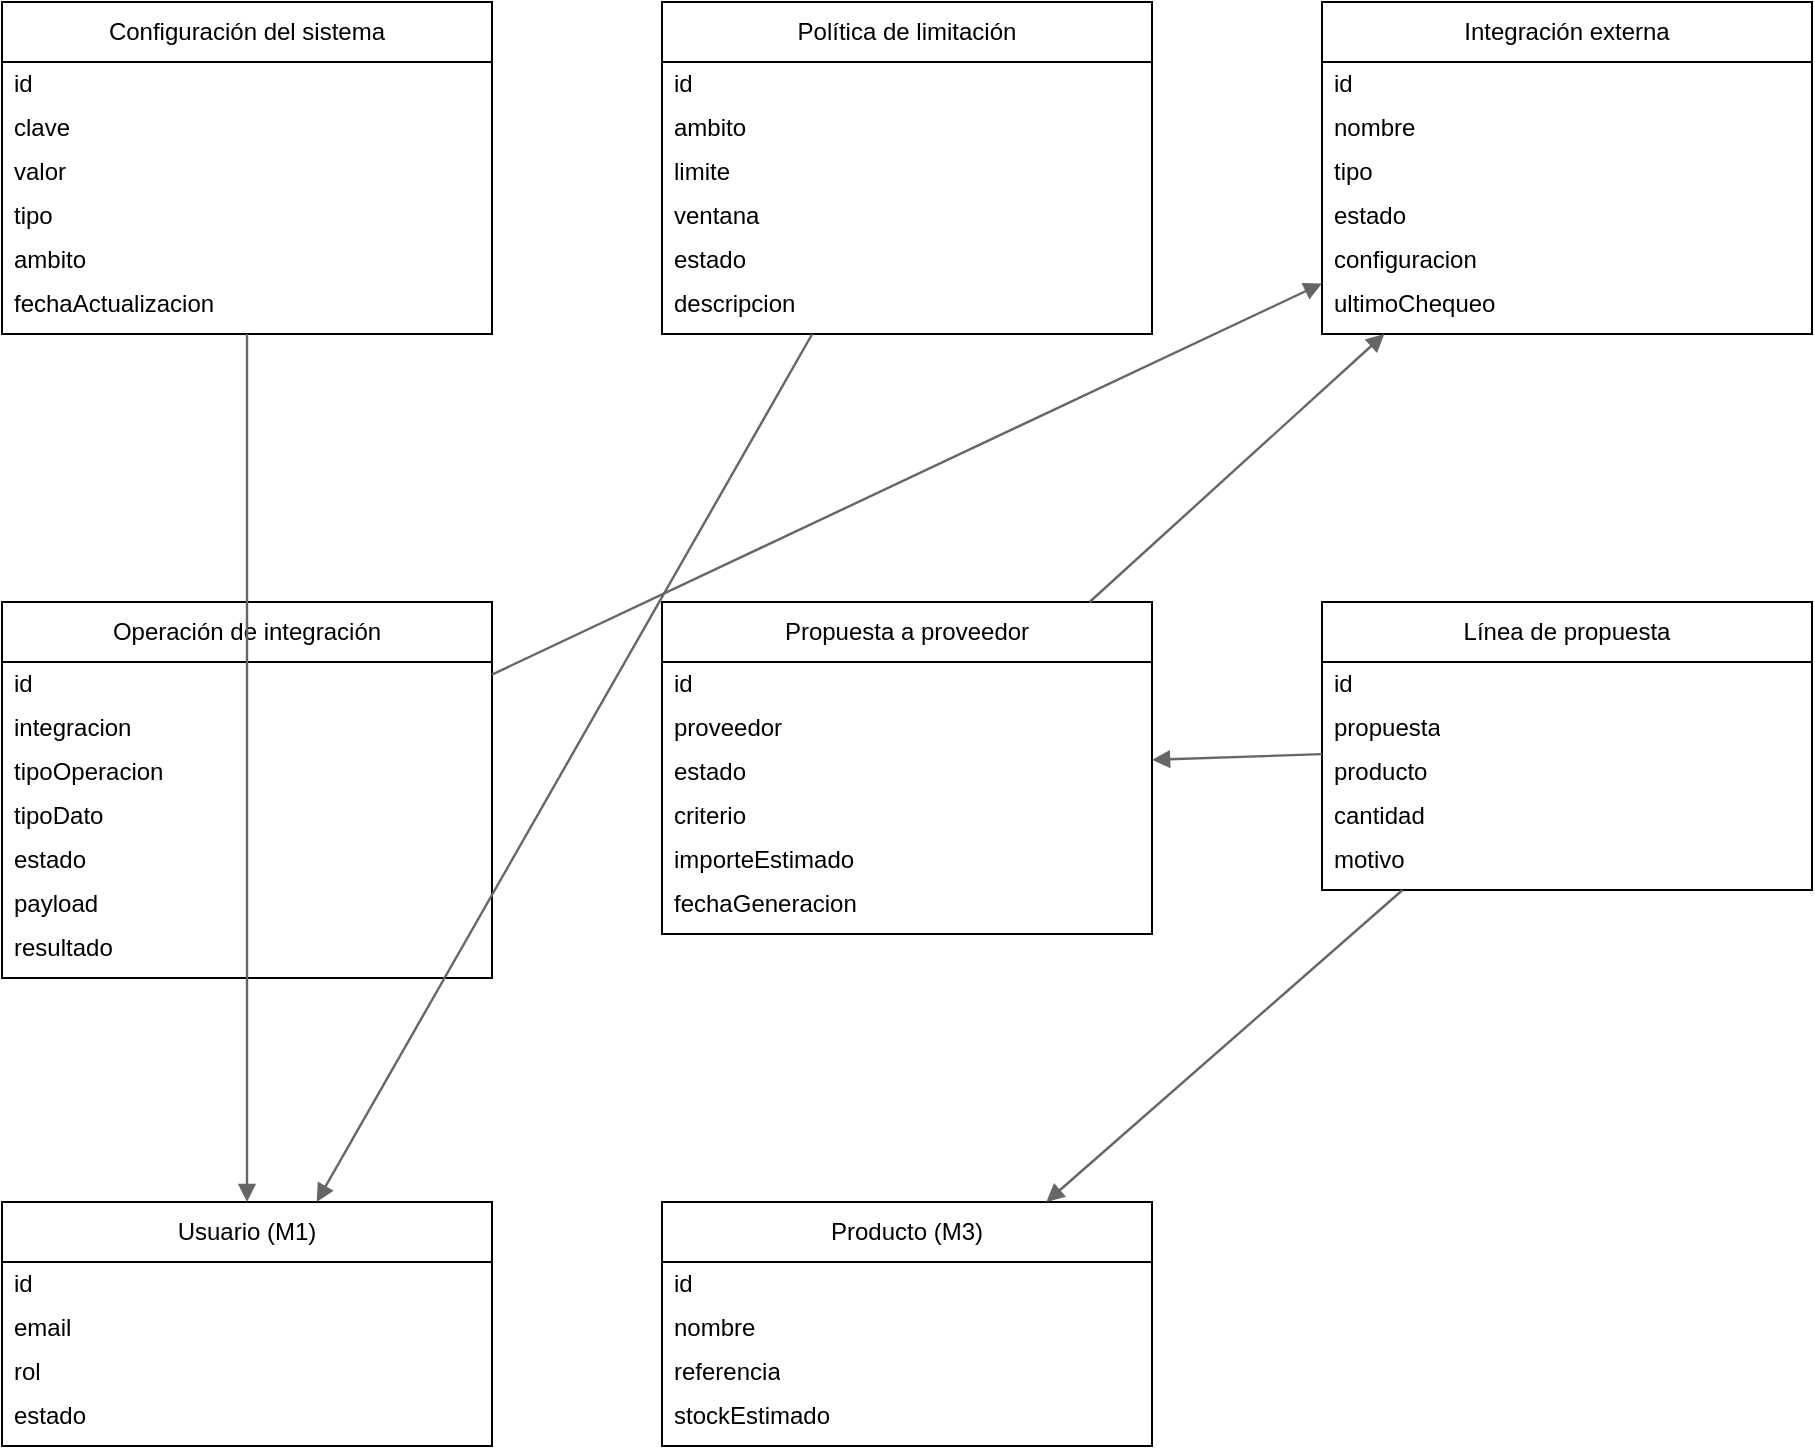
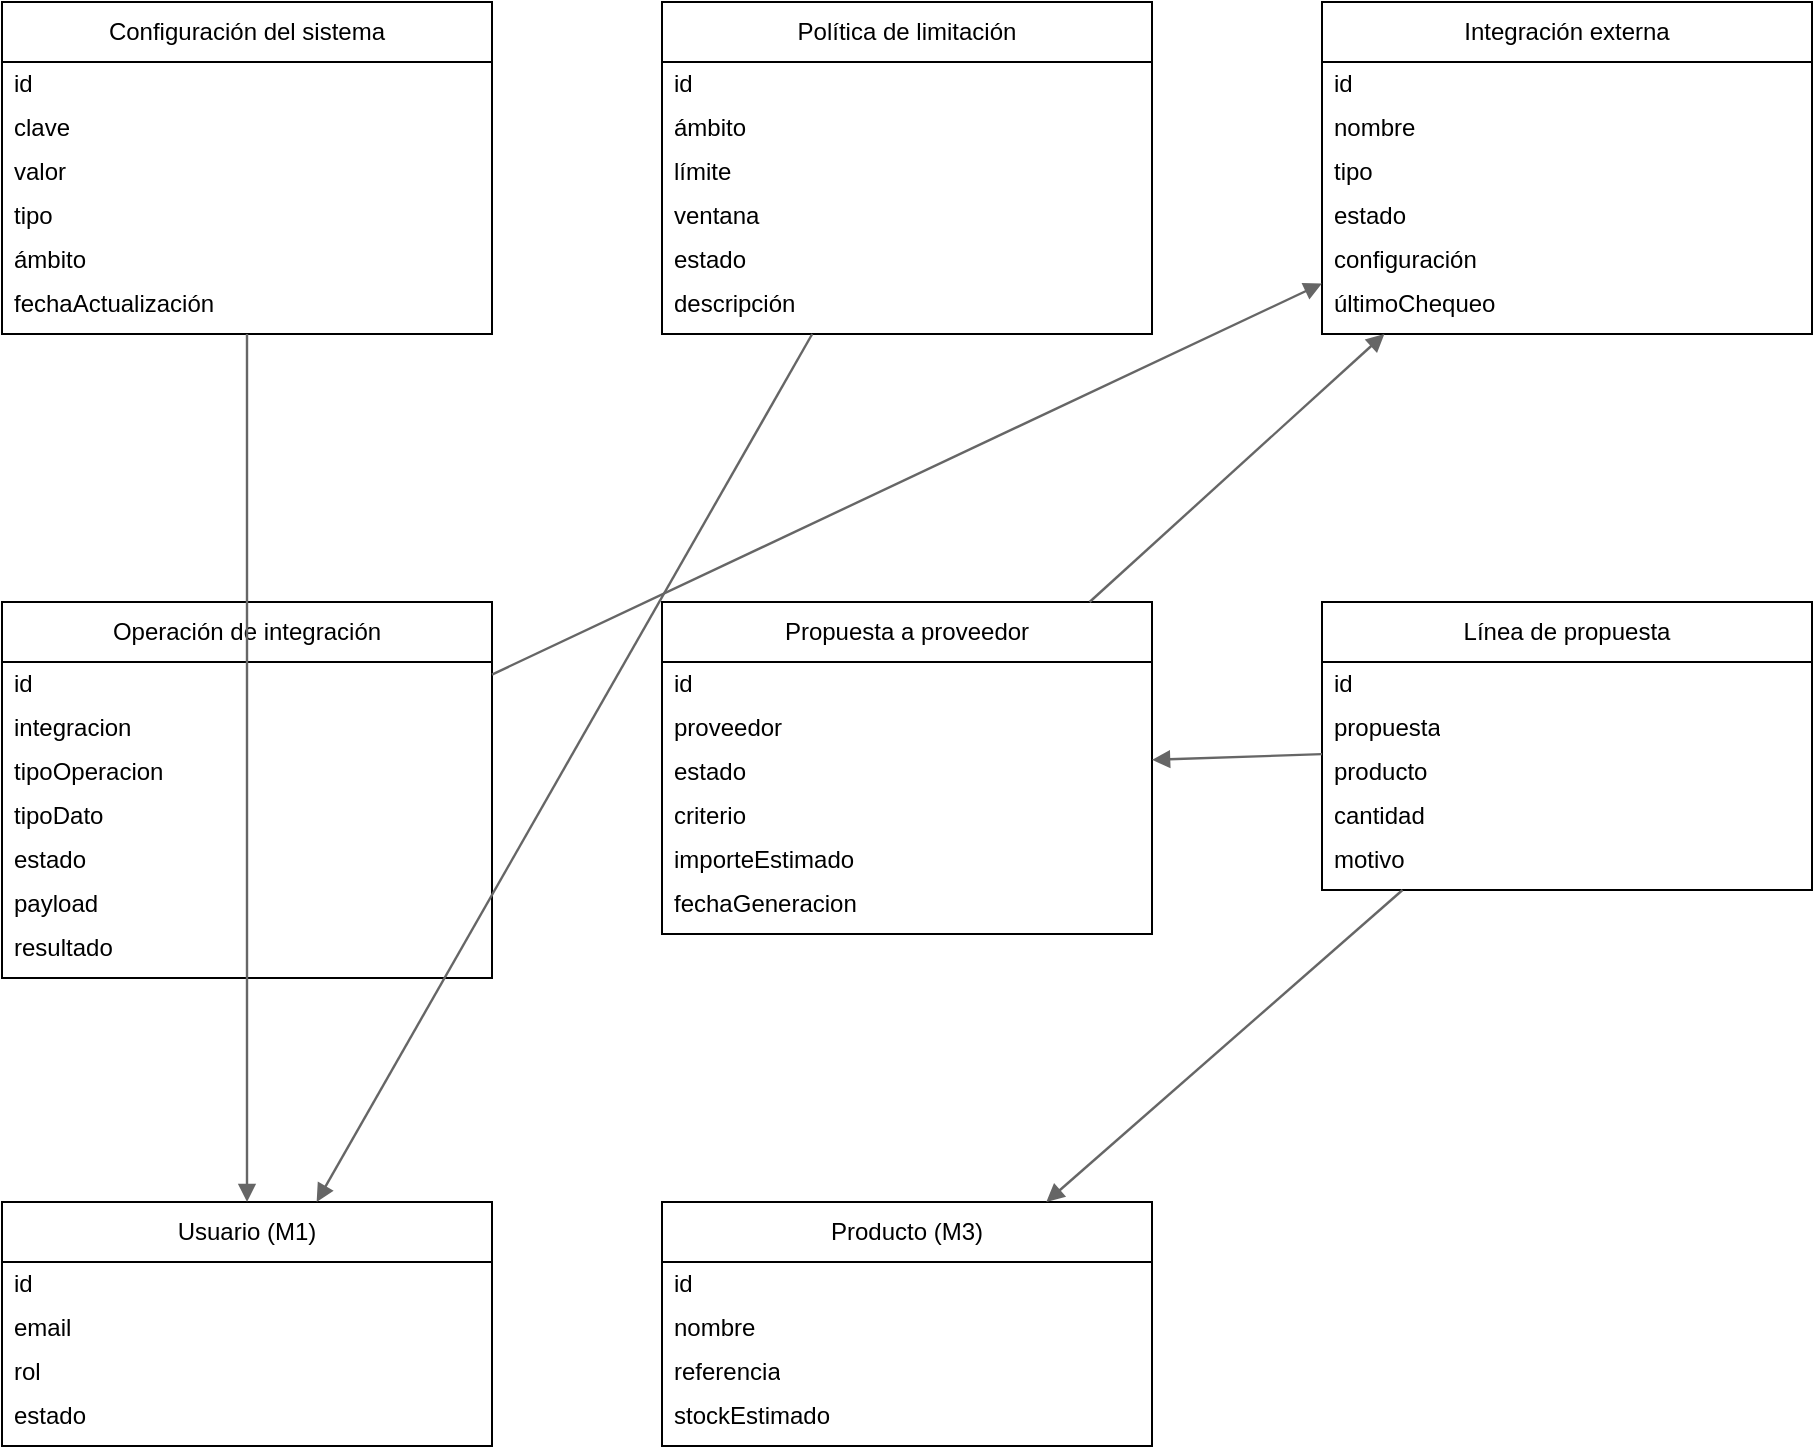
<?xml version="1.0" encoding="UTF-8"?>
<mxfile host="codex-generated">
  <diagram name="M7 - Modelo conceptual de datos" id="m7-mcd-conceptual">
    <mxGraphModel dx="1600" dy="1200" grid="1" gridSize="10" guides="1" tooltips="1" connect="1" arrows="1" fold="1" page="1" pageScale="1" pageWidth="1200" pageHeight="900" math="0" shadow="0">
      <root>
        <mxCell id="0"/>
        <mxCell id="1" parent="0"/>
        <mxCell id="entity-configuracion-del-sistema" value="Configuración del sistema" style="swimlane;fontStyle=0;childLayout=stackLayout;horizontal=1;startSize=30;horizontalStack=0;resizeParent=1;resizeParentMax=0;resizeLast=0;collapsible=1;marginBottom=0;whiteSpace=wrap;html=1;fontColor=#000000;" parent="1" vertex="1"><mxGeometry x="70" y="80" width="245" height="166" as="geometry"/></mxCell>
        <mxCell id="entity-configuracion-del-sistema-a0" value="id" style="text;strokeColor=none;fillColor=none;align=left;verticalAlign=middle;spacingLeft=4;spacingRight=4;overflow=hidden;points=[[0,0.5],[1,0.5]];portConstraint=eastwest;rotatable=0;whiteSpace=wrap;html=1;fontColor=#000000;" parent="entity-configuracion-del-sistema" vertex="1"><mxGeometry y="30" width="245" height="22" as="geometry"/></mxCell>
        <mxCell id="entity-configuracion-del-sistema-a1" value="clave" style="text;strokeColor=none;fillColor=none;align=left;verticalAlign=middle;spacingLeft=4;spacingRight=4;overflow=hidden;points=[[0,0.5],[1,0.5]];portConstraint=eastwest;rotatable=0;whiteSpace=wrap;html=1;fontColor=#000000;" parent="entity-configuracion-del-sistema" vertex="1"><mxGeometry y="52" width="245" height="22" as="geometry"/></mxCell>
        <mxCell id="entity-configuracion-del-sistema-a2" value="valor" style="text;strokeColor=none;fillColor=none;align=left;verticalAlign=middle;spacingLeft=4;spacingRight=4;overflow=hidden;points=[[0,0.5],[1,0.5]];portConstraint=eastwest;rotatable=0;whiteSpace=wrap;html=1;fontColor=#000000;" parent="entity-configuracion-del-sistema" vertex="1"><mxGeometry y="74" width="245" height="22" as="geometry"/></mxCell>
        <mxCell id="entity-configuracion-del-sistema-a3" value="tipo" style="text;strokeColor=none;fillColor=none;align=left;verticalAlign=middle;spacingLeft=4;spacingRight=4;overflow=hidden;points=[[0,0.5],[1,0.5]];portConstraint=eastwest;rotatable=0;whiteSpace=wrap;html=1;fontColor=#000000;" parent="entity-configuracion-del-sistema" vertex="1"><mxGeometry y="96" width="245" height="22" as="geometry"/></mxCell>
-         <mxCell id="entity-configuracion-del-sistema-a4" value="ambito" style="text;strokeColor=none;fillColor=none;align=left;verticalAlign=middle;spacingLeft=4;spacingRight=4;overflow=hidden;points=[[0,0.5],[1,0.5]];portConstraint=eastwest;rotatable=0;whiteSpace=wrap;html=1;fontColor=#000000;" parent="entity-configuracion-del-sistema" vertex="1"><mxGeometry y="118" width="245" height="22" as="geometry"/></mxCell>
-         <mxCell id="entity-configuracion-del-sistema-a5" value="fechaActualizacion" style="text;strokeColor=none;fillColor=none;align=left;verticalAlign=middle;spacingLeft=4;spacingRight=4;overflow=hidden;points=[[0,0.5],[1,0.5]];portConstraint=eastwest;rotatable=0;whiteSpace=wrap;html=1;fontColor=#000000;" parent="entity-configuracion-del-sistema" vertex="1"><mxGeometry y="140" width="245" height="22" as="geometry"/></mxCell>
+         <mxCell id="entity-configuracion-del-sistema-a4" value="ámbito" style="text;strokeColor=none;fillColor=none;align=left;verticalAlign=middle;spacingLeft=4;spacingRight=4;overflow=hidden;points=[[0,0.5],[1,0.5]];portConstraint=eastwest;rotatable=0;whiteSpace=wrap;html=1;fontColor=#000000;" parent="entity-configuracion-del-sistema" vertex="1"><mxGeometry y="118" width="245" height="22" as="geometry"/></mxCell>
+         <mxCell id="entity-configuracion-del-sistema-a5" value="fechaActualización" style="text;strokeColor=none;fillColor=none;align=left;verticalAlign=middle;spacingLeft=4;spacingRight=4;overflow=hidden;points=[[0,0.5],[1,0.5]];portConstraint=eastwest;rotatable=0;whiteSpace=wrap;html=1;fontColor=#000000;" parent="entity-configuracion-del-sistema" vertex="1"><mxGeometry y="140" width="245" height="22" as="geometry"/></mxCell>
        <mxCell id="entity-politica-de-limitacion" value="Política de limitación" style="swimlane;fontStyle=0;childLayout=stackLayout;horizontal=1;startSize=30;horizontalStack=0;resizeParent=1;resizeParentMax=0;resizeLast=0;collapsible=1;marginBottom=0;whiteSpace=wrap;html=1;fontColor=#000000;" parent="1" vertex="1"><mxGeometry x="400" y="80" width="245" height="166" as="geometry"/></mxCell>
        <mxCell id="entity-politica-de-limitacion-a0" value="id" style="text;strokeColor=none;fillColor=none;align=left;verticalAlign=middle;spacingLeft=4;spacingRight=4;overflow=hidden;points=[[0,0.5],[1,0.5]];portConstraint=eastwest;rotatable=0;whiteSpace=wrap;html=1;fontColor=#000000;" parent="entity-politica-de-limitacion" vertex="1"><mxGeometry y="30" width="245" height="22" as="geometry"/></mxCell>
-         <mxCell id="entity-politica-de-limitacion-a1" value="ambito" style="text;strokeColor=none;fillColor=none;align=left;verticalAlign=middle;spacingLeft=4;spacingRight=4;overflow=hidden;points=[[0,0.5],[1,0.5]];portConstraint=eastwest;rotatable=0;whiteSpace=wrap;html=1;fontColor=#000000;" parent="entity-politica-de-limitacion" vertex="1"><mxGeometry y="52" width="245" height="22" as="geometry"/></mxCell>
-         <mxCell id="entity-politica-de-limitacion-a2" value="limite" style="text;strokeColor=none;fillColor=none;align=left;verticalAlign=middle;spacingLeft=4;spacingRight=4;overflow=hidden;points=[[0,0.5],[1,0.5]];portConstraint=eastwest;rotatable=0;whiteSpace=wrap;html=1;fontColor=#000000;" parent="entity-politica-de-limitacion" vertex="1"><mxGeometry y="74" width="245" height="22" as="geometry"/></mxCell>
+         <mxCell id="entity-politica-de-limitacion-a1" value="ámbito" style="text;strokeColor=none;fillColor=none;align=left;verticalAlign=middle;spacingLeft=4;spacingRight=4;overflow=hidden;points=[[0,0.5],[1,0.5]];portConstraint=eastwest;rotatable=0;whiteSpace=wrap;html=1;fontColor=#000000;" parent="entity-politica-de-limitacion" vertex="1"><mxGeometry y="52" width="245" height="22" as="geometry"/></mxCell>
+         <mxCell id="entity-politica-de-limitacion-a2" value="límite" style="text;strokeColor=none;fillColor=none;align=left;verticalAlign=middle;spacingLeft=4;spacingRight=4;overflow=hidden;points=[[0,0.5],[1,0.5]];portConstraint=eastwest;rotatable=0;whiteSpace=wrap;html=1;fontColor=#000000;" parent="entity-politica-de-limitacion" vertex="1"><mxGeometry y="74" width="245" height="22" as="geometry"/></mxCell>
        <mxCell id="entity-politica-de-limitacion-a3" value="ventana" style="text;strokeColor=none;fillColor=none;align=left;verticalAlign=middle;spacingLeft=4;spacingRight=4;overflow=hidden;points=[[0,0.5],[1,0.5]];portConstraint=eastwest;rotatable=0;whiteSpace=wrap;html=1;fontColor=#000000;" parent="entity-politica-de-limitacion" vertex="1"><mxGeometry y="96" width="245" height="22" as="geometry"/></mxCell>
        <mxCell id="entity-politica-de-limitacion-a4" value="estado" style="text;strokeColor=none;fillColor=none;align=left;verticalAlign=middle;spacingLeft=4;spacingRight=4;overflow=hidden;points=[[0,0.5],[1,0.5]];portConstraint=eastwest;rotatable=0;whiteSpace=wrap;html=1;fontColor=#000000;" parent="entity-politica-de-limitacion" vertex="1"><mxGeometry y="118" width="245" height="22" as="geometry"/></mxCell>
-         <mxCell id="entity-politica-de-limitacion-a5" value="descripcion" style="text;strokeColor=none;fillColor=none;align=left;verticalAlign=middle;spacingLeft=4;spacingRight=4;overflow=hidden;points=[[0,0.5],[1,0.5]];portConstraint=eastwest;rotatable=0;whiteSpace=wrap;html=1;fontColor=#000000;" parent="entity-politica-de-limitacion" vertex="1"><mxGeometry y="140" width="245" height="22" as="geometry"/></mxCell>
+         <mxCell id="entity-politica-de-limitacion-a5" value="descripción" style="text;strokeColor=none;fillColor=none;align=left;verticalAlign=middle;spacingLeft=4;spacingRight=4;overflow=hidden;points=[[0,0.5],[1,0.5]];portConstraint=eastwest;rotatable=0;whiteSpace=wrap;html=1;fontColor=#000000;" parent="entity-politica-de-limitacion" vertex="1"><mxGeometry y="140" width="245" height="22" as="geometry"/></mxCell>
        <mxCell id="entity-integracion-externa" value="Integración externa" style="swimlane;fontStyle=0;childLayout=stackLayout;horizontal=1;startSize=30;horizontalStack=0;resizeParent=1;resizeParentMax=0;resizeLast=0;collapsible=1;marginBottom=0;whiteSpace=wrap;html=1;fontColor=#000000;" parent="1" vertex="1"><mxGeometry x="730" y="80" width="245" height="166" as="geometry"/></mxCell>
        <mxCell id="entity-integracion-externa-a0" value="id" style="text;strokeColor=none;fillColor=none;align=left;verticalAlign=middle;spacingLeft=4;spacingRight=4;overflow=hidden;points=[[0,0.5],[1,0.5]];portConstraint=eastwest;rotatable=0;whiteSpace=wrap;html=1;fontColor=#000000;" parent="entity-integracion-externa" vertex="1"><mxGeometry y="30" width="245" height="22" as="geometry"/></mxCell>
        <mxCell id="entity-integracion-externa-a1" value="nombre" style="text;strokeColor=none;fillColor=none;align=left;verticalAlign=middle;spacingLeft=4;spacingRight=4;overflow=hidden;points=[[0,0.5],[1,0.5]];portConstraint=eastwest;rotatable=0;whiteSpace=wrap;html=1;fontColor=#000000;" parent="entity-integracion-externa" vertex="1"><mxGeometry y="52" width="245" height="22" as="geometry"/></mxCell>
        <mxCell id="entity-integracion-externa-a2" value="tipo" style="text;strokeColor=none;fillColor=none;align=left;verticalAlign=middle;spacingLeft=4;spacingRight=4;overflow=hidden;points=[[0,0.5],[1,0.5]];portConstraint=eastwest;rotatable=0;whiteSpace=wrap;html=1;fontColor=#000000;" parent="entity-integracion-externa" vertex="1"><mxGeometry y="74" width="245" height="22" as="geometry"/></mxCell>
        <mxCell id="entity-integracion-externa-a3" value="estado" style="text;strokeColor=none;fillColor=none;align=left;verticalAlign=middle;spacingLeft=4;spacingRight=4;overflow=hidden;points=[[0,0.5],[1,0.5]];portConstraint=eastwest;rotatable=0;whiteSpace=wrap;html=1;fontColor=#000000;" parent="entity-integracion-externa" vertex="1"><mxGeometry y="96" width="245" height="22" as="geometry"/></mxCell>
-         <mxCell id="entity-integracion-externa-a4" value="configuracion" style="text;strokeColor=none;fillColor=none;align=left;verticalAlign=middle;spacingLeft=4;spacingRight=4;overflow=hidden;points=[[0,0.5],[1,0.5]];portConstraint=eastwest;rotatable=0;whiteSpace=wrap;html=1;fontColor=#000000;" parent="entity-integracion-externa" vertex="1"><mxGeometry y="118" width="245" height="22" as="geometry"/></mxCell>
-         <mxCell id="entity-integracion-externa-a5" value="ultimoChequeo" style="text;strokeColor=none;fillColor=none;align=left;verticalAlign=middle;spacingLeft=4;spacingRight=4;overflow=hidden;points=[[0,0.5],[1,0.5]];portConstraint=eastwest;rotatable=0;whiteSpace=wrap;html=1;fontColor=#000000;" parent="entity-integracion-externa" vertex="1"><mxGeometry y="140" width="245" height="22" as="geometry"/></mxCell>
+         <mxCell id="entity-integracion-externa-a4" value="configuración" style="text;strokeColor=none;fillColor=none;align=left;verticalAlign=middle;spacingLeft=4;spacingRight=4;overflow=hidden;points=[[0,0.5],[1,0.5]];portConstraint=eastwest;rotatable=0;whiteSpace=wrap;html=1;fontColor=#000000;" parent="entity-integracion-externa" vertex="1"><mxGeometry y="118" width="245" height="22" as="geometry"/></mxCell>
+         <mxCell id="entity-integracion-externa-a5" value="últimoChequeo" style="text;strokeColor=none;fillColor=none;align=left;verticalAlign=middle;spacingLeft=4;spacingRight=4;overflow=hidden;points=[[0,0.5],[1,0.5]];portConstraint=eastwest;rotatable=0;whiteSpace=wrap;html=1;fontColor=#000000;" parent="entity-integracion-externa" vertex="1"><mxGeometry y="140" width="245" height="22" as="geometry"/></mxCell>
        <mxCell id="entity-operacion-de-integracion" value="Operación de integración" style="swimlane;fontStyle=0;childLayout=stackLayout;horizontal=1;startSize=30;horizontalStack=0;resizeParent=1;resizeParentMax=0;resizeLast=0;collapsible=1;marginBottom=0;whiteSpace=wrap;html=1;fontColor=#000000;" parent="1" vertex="1"><mxGeometry x="70" y="380" width="245" height="188" as="geometry"/></mxCell>
        <mxCell id="entity-operacion-de-integracion-a0" value="id" style="text;strokeColor=none;fillColor=none;align=left;verticalAlign=middle;spacingLeft=4;spacingRight=4;overflow=hidden;points=[[0,0.5],[1,0.5]];portConstraint=eastwest;rotatable=0;whiteSpace=wrap;html=1;fontColor=#000000;" parent="entity-operacion-de-integracion" vertex="1"><mxGeometry y="30" width="245" height="22" as="geometry"/></mxCell>
        <mxCell id="entity-operacion-de-integracion-a1" value="integracion" style="text;strokeColor=none;fillColor=none;align=left;verticalAlign=middle;spacingLeft=4;spacingRight=4;overflow=hidden;points=[[0,0.5],[1,0.5]];portConstraint=eastwest;rotatable=0;whiteSpace=wrap;html=1;fontColor=#000000;" parent="entity-operacion-de-integracion" vertex="1"><mxGeometry y="52" width="245" height="22" as="geometry"/></mxCell>
        <mxCell id="entity-operacion-de-integracion-a2" value="tipoOperacion" style="text;strokeColor=none;fillColor=none;align=left;verticalAlign=middle;spacingLeft=4;spacingRight=4;overflow=hidden;points=[[0,0.5],[1,0.5]];portConstraint=eastwest;rotatable=0;whiteSpace=wrap;html=1;fontColor=#000000;" parent="entity-operacion-de-integracion" vertex="1"><mxGeometry y="74" width="245" height="22" as="geometry"/></mxCell>
        <mxCell id="entity-operacion-de-integracion-a3" value="tipoDato" style="text;strokeColor=none;fillColor=none;align=left;verticalAlign=middle;spacingLeft=4;spacingRight=4;overflow=hidden;points=[[0,0.5],[1,0.5]];portConstraint=eastwest;rotatable=0;whiteSpace=wrap;html=1;fontColor=#000000;" parent="entity-operacion-de-integracion" vertex="1"><mxGeometry y="96" width="245" height="22" as="geometry"/></mxCell>
        <mxCell id="entity-operacion-de-integracion-a4" value="estado" style="text;strokeColor=none;fillColor=none;align=left;verticalAlign=middle;spacingLeft=4;spacingRight=4;overflow=hidden;points=[[0,0.5],[1,0.5]];portConstraint=eastwest;rotatable=0;whiteSpace=wrap;html=1;fontColor=#000000;" parent="entity-operacion-de-integracion" vertex="1"><mxGeometry y="118" width="245" height="22" as="geometry"/></mxCell>
        <mxCell id="entity-operacion-de-integracion-a5" value="payload" style="text;strokeColor=none;fillColor=none;align=left;verticalAlign=middle;spacingLeft=4;spacingRight=4;overflow=hidden;points=[[0,0.5],[1,0.5]];portConstraint=eastwest;rotatable=0;whiteSpace=wrap;html=1;fontColor=#000000;" parent="entity-operacion-de-integracion" vertex="1"><mxGeometry y="140" width="245" height="22" as="geometry"/></mxCell>
        <mxCell id="entity-operacion-de-integracion-a6" value="resultado" style="text;strokeColor=none;fillColor=none;align=left;verticalAlign=middle;spacingLeft=4;spacingRight=4;overflow=hidden;points=[[0,0.5],[1,0.5]];portConstraint=eastwest;rotatable=0;whiteSpace=wrap;html=1;fontColor=#000000;" parent="entity-operacion-de-integracion" vertex="1"><mxGeometry y="162" width="245" height="22" as="geometry"/></mxCell>
        <mxCell id="entity-propuesta-a-proveedor" value="Propuesta a proveedor" style="swimlane;fontStyle=0;childLayout=stackLayout;horizontal=1;startSize=30;horizontalStack=0;resizeParent=1;resizeParentMax=0;resizeLast=0;collapsible=1;marginBottom=0;whiteSpace=wrap;html=1;fontColor=#000000;" parent="1" vertex="1"><mxGeometry x="400" y="380" width="245" height="166" as="geometry"/></mxCell>
        <mxCell id="entity-propuesta-a-proveedor-a0" value="id" style="text;strokeColor=none;fillColor=none;align=left;verticalAlign=middle;spacingLeft=4;spacingRight=4;overflow=hidden;points=[[0,0.5],[1,0.5]];portConstraint=eastwest;rotatable=0;whiteSpace=wrap;html=1;fontColor=#000000;" parent="entity-propuesta-a-proveedor" vertex="1"><mxGeometry y="30" width="245" height="22" as="geometry"/></mxCell>
        <mxCell id="entity-propuesta-a-proveedor-a1" value="proveedor" style="text;strokeColor=none;fillColor=none;align=left;verticalAlign=middle;spacingLeft=4;spacingRight=4;overflow=hidden;points=[[0,0.5],[1,0.5]];portConstraint=eastwest;rotatable=0;whiteSpace=wrap;html=1;fontColor=#000000;" parent="entity-propuesta-a-proveedor" vertex="1"><mxGeometry y="52" width="245" height="22" as="geometry"/></mxCell>
        <mxCell id="entity-propuesta-a-proveedor-a2" value="estado" style="text;strokeColor=none;fillColor=none;align=left;verticalAlign=middle;spacingLeft=4;spacingRight=4;overflow=hidden;points=[[0,0.5],[1,0.5]];portConstraint=eastwest;rotatable=0;whiteSpace=wrap;html=1;fontColor=#000000;" parent="entity-propuesta-a-proveedor" vertex="1"><mxGeometry y="74" width="245" height="22" as="geometry"/></mxCell>
        <mxCell id="entity-propuesta-a-proveedor-a3" value="criterio" style="text;strokeColor=none;fillColor=none;align=left;verticalAlign=middle;spacingLeft=4;spacingRight=4;overflow=hidden;points=[[0,0.5],[1,0.5]];portConstraint=eastwest;rotatable=0;whiteSpace=wrap;html=1;fontColor=#000000;" parent="entity-propuesta-a-proveedor" vertex="1"><mxGeometry y="96" width="245" height="22" as="geometry"/></mxCell>
        <mxCell id="entity-propuesta-a-proveedor-a4" value="importeEstimado" style="text;strokeColor=none;fillColor=none;align=left;verticalAlign=middle;spacingLeft=4;spacingRight=4;overflow=hidden;points=[[0,0.5],[1,0.5]];portConstraint=eastwest;rotatable=0;whiteSpace=wrap;html=1;fontColor=#000000;" parent="entity-propuesta-a-proveedor" vertex="1"><mxGeometry y="118" width="245" height="22" as="geometry"/></mxCell>
        <mxCell id="entity-propuesta-a-proveedor-a5" value="fechaGeneracion" style="text;strokeColor=none;fillColor=none;align=left;verticalAlign=middle;spacingLeft=4;spacingRight=4;overflow=hidden;points=[[0,0.5],[1,0.5]];portConstraint=eastwest;rotatable=0;whiteSpace=wrap;html=1;fontColor=#000000;" parent="entity-propuesta-a-proveedor" vertex="1"><mxGeometry y="140" width="245" height="22" as="geometry"/></mxCell>
        <mxCell id="entity-linea-de-propuesta" value="Línea de propuesta" style="swimlane;fontStyle=0;childLayout=stackLayout;horizontal=1;startSize=30;horizontalStack=0;resizeParent=1;resizeParentMax=0;resizeLast=0;collapsible=1;marginBottom=0;whiteSpace=wrap;html=1;fontColor=#000000;" parent="1" vertex="1"><mxGeometry x="730" y="380" width="245" height="144" as="geometry"/></mxCell>
        <mxCell id="entity-linea-de-propuesta-a0" value="id" style="text;strokeColor=none;fillColor=none;align=left;verticalAlign=middle;spacingLeft=4;spacingRight=4;overflow=hidden;points=[[0,0.5],[1,0.5]];portConstraint=eastwest;rotatable=0;whiteSpace=wrap;html=1;fontColor=#000000;" parent="entity-linea-de-propuesta" vertex="1"><mxGeometry y="30" width="245" height="22" as="geometry"/></mxCell>
        <mxCell id="entity-linea-de-propuesta-a1" value="propuesta" style="text;strokeColor=none;fillColor=none;align=left;verticalAlign=middle;spacingLeft=4;spacingRight=4;overflow=hidden;points=[[0,0.5],[1,0.5]];portConstraint=eastwest;rotatable=0;whiteSpace=wrap;html=1;fontColor=#000000;" parent="entity-linea-de-propuesta" vertex="1"><mxGeometry y="52" width="245" height="22" as="geometry"/></mxCell>
        <mxCell id="entity-linea-de-propuesta-a2" value="producto" style="text;strokeColor=none;fillColor=none;align=left;verticalAlign=middle;spacingLeft=4;spacingRight=4;overflow=hidden;points=[[0,0.5],[1,0.5]];portConstraint=eastwest;rotatable=0;whiteSpace=wrap;html=1;fontColor=#000000;" parent="entity-linea-de-propuesta" vertex="1"><mxGeometry y="74" width="245" height="22" as="geometry"/></mxCell>
        <mxCell id="entity-linea-de-propuesta-a3" value="cantidad" style="text;strokeColor=none;fillColor=none;align=left;verticalAlign=middle;spacingLeft=4;spacingRight=4;overflow=hidden;points=[[0,0.5],[1,0.5]];portConstraint=eastwest;rotatable=0;whiteSpace=wrap;html=1;fontColor=#000000;" parent="entity-linea-de-propuesta" vertex="1"><mxGeometry y="96" width="245" height="22" as="geometry"/></mxCell>
        <mxCell id="entity-linea-de-propuesta-a4" value="motivo" style="text;strokeColor=none;fillColor=none;align=left;verticalAlign=middle;spacingLeft=4;spacingRight=4;overflow=hidden;points=[[0,0.5],[1,0.5]];portConstraint=eastwest;rotatable=0;whiteSpace=wrap;html=1;fontColor=#000000;" parent="entity-linea-de-propuesta" vertex="1"><mxGeometry y="118" width="245" height="22" as="geometry"/></mxCell>
        <mxCell id="entity-usuario-m1" value="Usuario (M1)" style="swimlane;fontStyle=0;childLayout=stackLayout;horizontal=1;startSize=30;horizontalStack=0;resizeParent=1;resizeParentMax=0;resizeLast=0;collapsible=1;marginBottom=0;whiteSpace=wrap;html=1;fontColor=#000000;" parent="1" vertex="1"><mxGeometry x="70" y="680" width="245" height="122" as="geometry"/></mxCell>
        <mxCell id="entity-usuario-m1-a0" value="id" style="text;strokeColor=none;fillColor=none;align=left;verticalAlign=middle;spacingLeft=4;spacingRight=4;overflow=hidden;points=[[0,0.5],[1,0.5]];portConstraint=eastwest;rotatable=0;whiteSpace=wrap;html=1;fontColor=#000000;" parent="entity-usuario-m1" vertex="1"><mxGeometry y="30" width="245" height="22" as="geometry"/></mxCell>
        <mxCell id="entity-usuario-m1-a1" value="email" style="text;strokeColor=none;fillColor=none;align=left;verticalAlign=middle;spacingLeft=4;spacingRight=4;overflow=hidden;points=[[0,0.5],[1,0.5]];portConstraint=eastwest;rotatable=0;whiteSpace=wrap;html=1;fontColor=#000000;" parent="entity-usuario-m1" vertex="1"><mxGeometry y="52" width="245" height="22" as="geometry"/></mxCell>
        <mxCell id="entity-usuario-m1-a2" value="rol" style="text;strokeColor=none;fillColor=none;align=left;verticalAlign=middle;spacingLeft=4;spacingRight=4;overflow=hidden;points=[[0,0.5],[1,0.5]];portConstraint=eastwest;rotatable=0;whiteSpace=wrap;html=1;fontColor=#000000;" parent="entity-usuario-m1" vertex="1"><mxGeometry y="74" width="245" height="22" as="geometry"/></mxCell>
        <mxCell id="entity-usuario-m1-a3" value="estado" style="text;strokeColor=none;fillColor=none;align=left;verticalAlign=middle;spacingLeft=4;spacingRight=4;overflow=hidden;points=[[0,0.5],[1,0.5]];portConstraint=eastwest;rotatable=0;whiteSpace=wrap;html=1;fontColor=#000000;" parent="entity-usuario-m1" vertex="1"><mxGeometry y="96" width="245" height="22" as="geometry"/></mxCell>
        <mxCell id="entity-producto-m3" value="Producto (M3)" style="swimlane;fontStyle=0;childLayout=stackLayout;horizontal=1;startSize=30;horizontalStack=0;resizeParent=1;resizeParentMax=0;resizeLast=0;collapsible=1;marginBottom=0;whiteSpace=wrap;html=1;fontColor=#000000;" parent="1" vertex="1"><mxGeometry x="400" y="680" width="245" height="122" as="geometry"/></mxCell>
        <mxCell id="entity-producto-m3-a0" value="id" style="text;strokeColor=none;fillColor=none;align=left;verticalAlign=middle;spacingLeft=4;spacingRight=4;overflow=hidden;points=[[0,0.5],[1,0.5]];portConstraint=eastwest;rotatable=0;whiteSpace=wrap;html=1;fontColor=#000000;" parent="entity-producto-m3" vertex="1"><mxGeometry y="30" width="245" height="22" as="geometry"/></mxCell>
        <mxCell id="entity-producto-m3-a1" value="nombre" style="text;strokeColor=none;fillColor=none;align=left;verticalAlign=middle;spacingLeft=4;spacingRight=4;overflow=hidden;points=[[0,0.5],[1,0.5]];portConstraint=eastwest;rotatable=0;whiteSpace=wrap;html=1;fontColor=#000000;" parent="entity-producto-m3" vertex="1"><mxGeometry y="52" width="245" height="22" as="geometry"/></mxCell>
        <mxCell id="entity-producto-m3-a2" value="referencia" style="text;strokeColor=none;fillColor=none;align=left;verticalAlign=middle;spacingLeft=4;spacingRight=4;overflow=hidden;points=[[0,0.5],[1,0.5]];portConstraint=eastwest;rotatable=0;whiteSpace=wrap;html=1;fontColor=#000000;" parent="entity-producto-m3" vertex="1"><mxGeometry y="74" width="245" height="22" as="geometry"/></mxCell>
        <mxCell id="entity-producto-m3-a3" value="stockEstimado" style="text;strokeColor=none;fillColor=none;align=left;verticalAlign=middle;spacingLeft=4;spacingRight=4;overflow=hidden;points=[[0,0.5],[1,0.5]];portConstraint=eastwest;rotatable=0;whiteSpace=wrap;html=1;fontColor=#000000;" parent="entity-producto-m3" vertex="1"><mxGeometry y="96" width="245" height="22" as="geometry"/></mxCell>
        <mxCell id="rel-0" value="" style="endArrow=block;html=1;rounded=0;strokeWidth=1.2;strokeColor=#666666;" parent="1" source="entity-operacion-de-integracion" target="entity-integracion-externa" edge="1"><mxGeometry relative="1" as="geometry"/></mxCell>
        <mxCell id="rel-1" value="" style="endArrow=block;html=1;rounded=0;strokeWidth=1.2;strokeColor=#666666;" parent="1" source="entity-propuesta-a-proveedor" target="entity-integracion-externa" edge="1"><mxGeometry relative="1" as="geometry"/></mxCell>
        <mxCell id="rel-2" value="" style="endArrow=block;html=1;rounded=0;strokeWidth=1.2;strokeColor=#666666;" parent="1" source="entity-linea-de-propuesta" target="entity-propuesta-a-proveedor" edge="1"><mxGeometry relative="1" as="geometry"/></mxCell>
        <mxCell id="rel-3" value="" style="endArrow=block;html=1;rounded=0;strokeWidth=1.2;strokeColor=#666666;" parent="1" source="entity-linea-de-propuesta" target="entity-producto-m3" edge="1"><mxGeometry relative="1" as="geometry"/></mxCell>
        <mxCell id="rel-4" value="" style="endArrow=block;html=1;rounded=0;strokeWidth=1.2;strokeColor=#666666;" parent="1" source="entity-configuracion-del-sistema" target="entity-usuario-m1" edge="1"><mxGeometry relative="1" as="geometry"/></mxCell>
        <mxCell id="rel-5" value="" style="endArrow=block;html=1;rounded=0;strokeWidth=1.2;strokeColor=#666666;" parent="1" source="entity-politica-de-limitacion" target="entity-usuario-m1" edge="1"><mxGeometry relative="1" as="geometry"/></mxCell>
      </root>
    </mxGraphModel>
  </diagram>
</mxfile>
